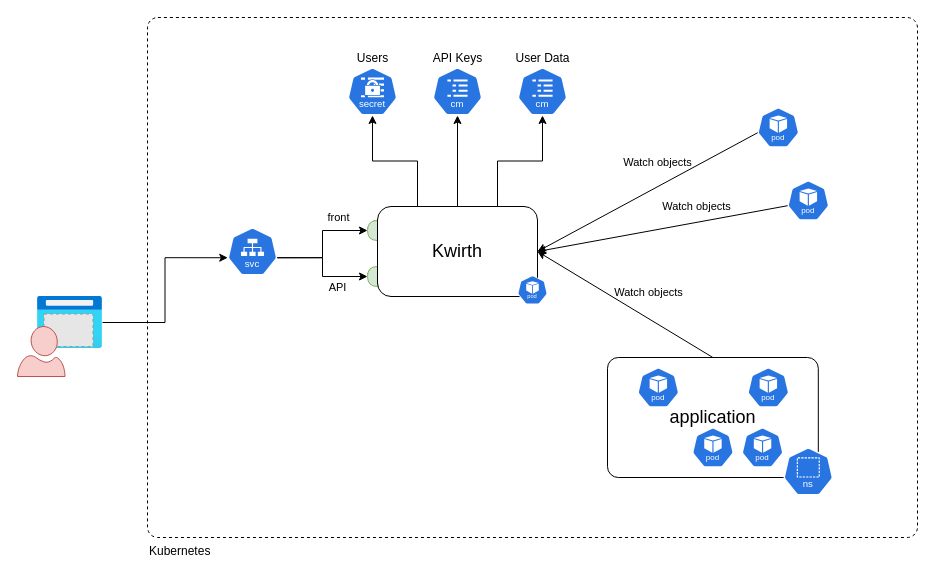
Above: page "kwirth-arch" (1 of 4) of docs/0.4.127/_media/kwirth.drawio in jfvilas/kwirth (draw.io), before the change. Source tidied: cells renumbered, new cells numbered last; positions are measured from the earlier drawing's top-left corner, leaving out a move shared by most shapes. Both pictures are drawn from the tidied source at 100%, with x=0, y=0 at pixel (17, 17). Pictures stored in the file or linked from it are replaced by grey dashed boxes.
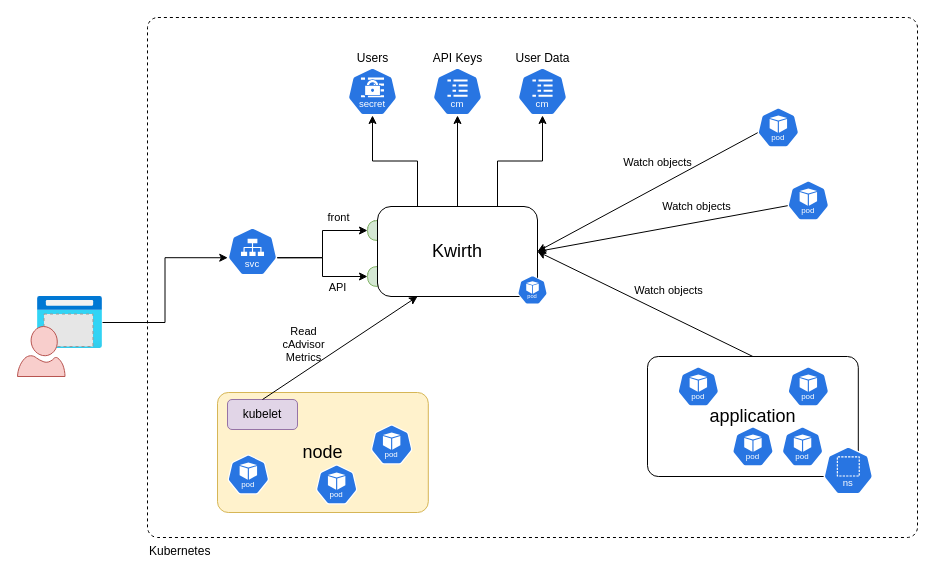
Above is the later version.

Unchanged cells that the change refers to:
```xml
<mxCell id="17" value="Kwirth" style="rounded=1;whiteSpace=wrap;html=1;fontSize=18;" parent="1" vertex="1">
  <mxGeometry x="360" y="189" width="160" height="90" as="geometry" />
</mxCell>
```

Change to the diagram source:
```diff
@@
     <mxCell id="3" value="application" style="rounded=1;whiteSpace=wrap;html=1;fontSize=18;arcSize=9;" parent="1" vertex="1">
-      <mxGeometry x="590" y="340" width="210.8" height="120" as="geometry" />
+      <mxGeometry x="630" y="339" width="210.8" height="120" as="geometry" />
     </mxCell>
@@
     <mxCell id="21" style="sketch=0;html=1;dashed=0;whitespace=wrap;verticalLabelPosition=bottom;verticalAlign=top;fillColor=#2875E2;strokeColor=#ffffff;shape=mxgraph.kubernetes.icon2;kubernetesLabel=1;prIcon=pod;" parent="1" vertex="1">
-      <mxGeometry x="620" y="350" width="41.7" height="40" as="geometry" />
+      <mxGeometry x="660" y="349" width="41.7" height="40" as="geometry" />
     </mxCell>
     <mxCell id="22" style="sketch=0;html=1;dashed=0;whitespace=wrap;verticalLabelPosition=bottom;verticalAlign=top;fillColor=#2875E2;strokeColor=#ffffff;shape=mxgraph.kubernetes.icon2;kubernetesLabel=1;prIcon=ns;" parent="1" vertex="1">
-      <mxGeometry x="765.8" y="430" width="50" height="48" as="geometry" />
+      <mxGeometry x="805.8" y="429" width="50" height="48" as="geometry" />
     </mxCell>
     <mxCell id="23" style="sketch=0;html=1;dashed=0;whitespace=wrap;verticalLabelPosition=bottom;verticalAlign=top;fillColor=#2875E2;strokeColor=#ffffff;shape=mxgraph.kubernetes.icon2;kubernetesLabel=1;prIcon=pod;" parent="1" vertex="1">
-      <mxGeometry x="724.2" y="410" width="41.7" height="40" as="geometry" />
+      <mxGeometry x="764.2" y="409" width="41.7" height="40" as="geometry" />
     </mxCell>
     <mxCell id="24" style="sketch=0;html=1;dashed=0;whitespace=wrap;verticalLabelPosition=bottom;verticalAlign=top;fillColor=#2875E2;strokeColor=#ffffff;shape=mxgraph.kubernetes.icon2;kubernetesLabel=1;prIcon=pod;" parent="1" vertex="1">
-      <mxGeometry x="674.6" y="410" width="41.7" height="40" as="geometry" />
+      <mxGeometry x="714.6" y="409" width="41.7" height="40" as="geometry" />
     </mxCell>
     <mxCell id="25" style="sketch=0;html=1;dashed=0;whitespace=wrap;verticalLabelPosition=bottom;verticalAlign=top;fillColor=#2875E2;strokeColor=#ffffff;shape=mxgraph.kubernetes.icon2;kubernetesLabel=1;prIcon=pod;" parent="1" vertex="1">
-      <mxGeometry x="730" y="350" width="41.7" height="40" as="geometry" />
+      <mxGeometry x="770" y="349" width="41.7" height="40" as="geometry" />
     </mxCell>
@@
+    <mxCell id="34" value="node" style="rounded=1;whiteSpace=wrap;html=1;fontSize=18;arcSize=9;fillColor=#fff2cc;strokeColor=#d6b656;" parent="1" vertex="1">
+      <mxGeometry x="200" y="375" width="210.8" height="120" as="geometry" />
+    </mxCell>
+    <mxCell id="35" style="sketch=0;html=1;dashed=0;whitespace=wrap;verticalLabelPosition=bottom;verticalAlign=top;fillColor=#2875E2;strokeColor=#ffffff;shape=mxgraph.kubernetes.icon2;kubernetesLabel=1;prIcon=pod;" parent="1" vertex="1">
+      <mxGeometry x="210" y="437" width="41.7" height="40" as="geometry" />
+    </mxCell>
+    <mxCell id="36" style="sketch=0;html=1;dashed=0;whitespace=wrap;verticalLabelPosition=bottom;verticalAlign=top;fillColor=#2875E2;strokeColor=#ffffff;shape=mxgraph.kubernetes.icon2;kubernetesLabel=1;prIcon=pod;" parent="1" vertex="1">
+      <mxGeometry x="353.3" y="407" width="41.7" height="40" as="geometry" />
+    </mxCell>
+    <mxCell id="37" style="sketch=0;html=1;dashed=0;whitespace=wrap;verticalLabelPosition=bottom;verticalAlign=top;fillColor=#2875E2;strokeColor=#ffffff;shape=mxgraph.kubernetes.icon2;kubernetesLabel=1;prIcon=pod;" parent="1" vertex="1">
+      <mxGeometry x="298.3" y="447" width="41.7" height="40" as="geometry" />
+    </mxCell>
+    <mxCell id="38" value="kubelet" style="rounded=1;whiteSpace=wrap;html=1;fillColor=#e1d5e7;strokeColor=#9673a6;" parent="1" vertex="1">
+      <mxGeometry x="210" y="382" width="70" height="30" as="geometry" />
+    </mxCell>
+    <mxCell id="39" value="Read&lt;div&gt;cAdvisor&lt;/div&gt;&lt;div&gt;Metrics&lt;/div&gt;" style="rounded=0;jettySize=auto;html=1;entryX=0.5;entryY=0;entryDx=0;entryDy=0;exitX=0.25;exitY=1;exitDx=0;exitDy=0;endArrow=none;endFill=0;startArrow=classic;startFill=1;labelBackgroundColor=none;" parent="1" edge="1" source="17" target="38">
+      <mxGeometry x="0.3" y="-23" relative="1" as="geometry" />
+    </mxCell>
```
